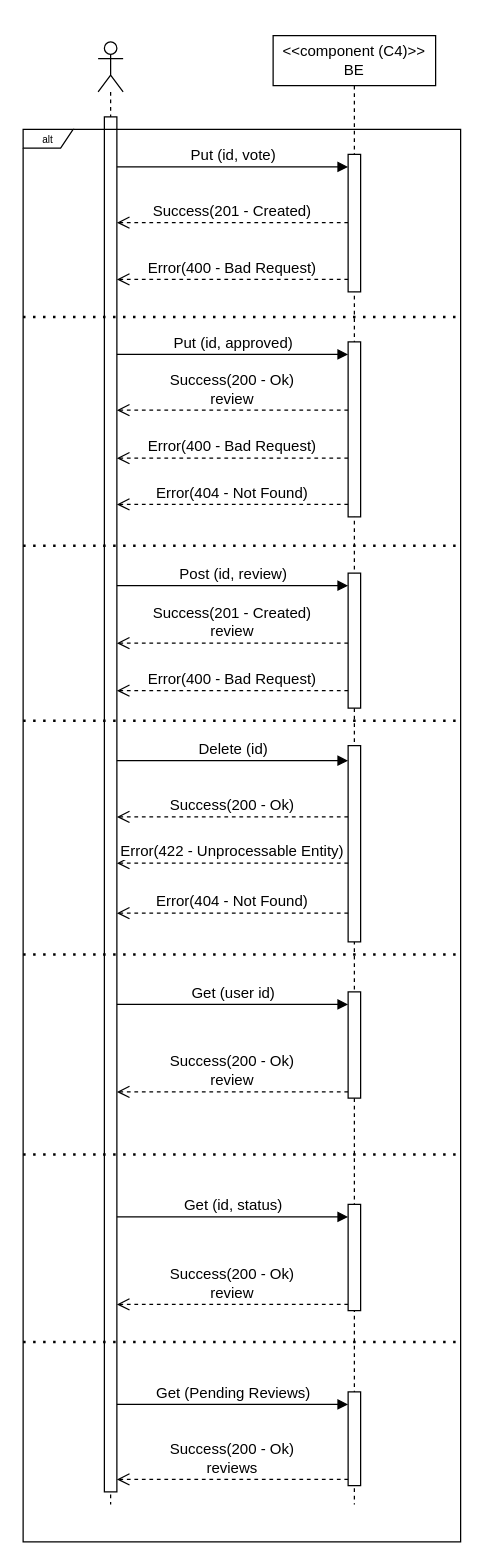
andre34gomes/ARQSOFT keeps this draw.io diagram as page "N2_VP_Review" (5 of 21) of drawio/acme_documentation.drawio. Above is the earlier version. Source tidied: cells renumbered, new cells numbered last; positions are measured from the earlier drawing's top-left corner, leaving out a move shared by most shapes. Both pictures are drawn from the tidied source at 125%, with x=0, y=0 at pixel (22, 35).
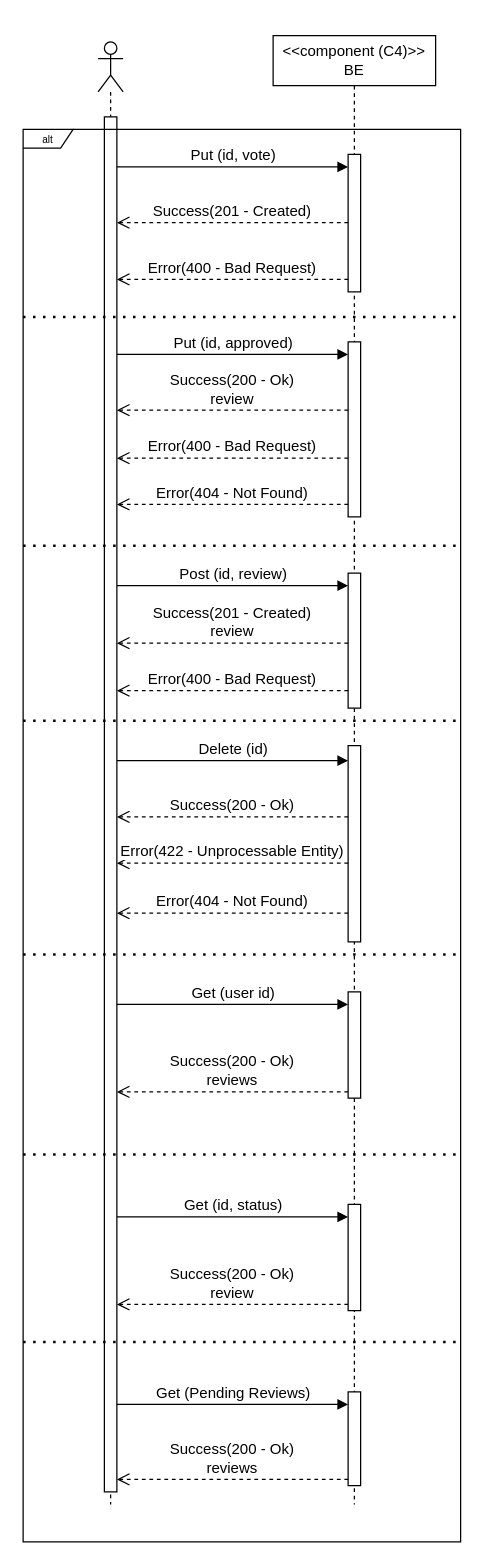
After the change.

Commit message (it also covers changes not shown here):
N3_VP_Get_Reviews - UserID

Unchanged cells that the change refers to:
```xml
<mxCell id="5" value="&amp;lt;&amp;lt;component (C4)&amp;gt;&amp;gt;&lt;br&gt;BE" style="shape=umlLifeline;perimeter=lifelinePerimeter;whiteSpace=wrap;html=1;newEdgeStyle={&quot;edgeStyle&quot;:&quot;elbowEdgeStyle&quot;,&quot;elbow&quot;:&quot;vertical&quot;,&quot;curved&quot;:0,&quot;rounded&quot;:0};strokeColor=default;align=center;verticalAlign=middle;fontFamily=Helvetica;fontSize=12;fontColor=default;fillColor=default;" parent="1" vertex="1">
  <mxGeometry x="200" width="130" height="1175" as="geometry" />
</mxCell>
```

Change to the diagram source:
```diff
@@
-    <mxCell id="7" value="Success(200 - Ok)&lt;br&gt;review" style="html=1;verticalAlign=bottom;endArrow=open;dashed=1;endSize=8;curved=0;rounded=0;fontFamily=Helvetica;fontSize=12;fontColor=default;" parent="5" edge="1">
+    <mxCell id="7" value="Success(200 - Ok)&lt;br&gt;reviews" style="html=1;verticalAlign=bottom;endArrow=open;dashed=1;endSize=8;curved=0;rounded=0;fontFamily=Helvetica;fontSize=12;fontColor=default;" parent="5" edge="1">
       <mxGeometry relative="1" as="geometry">
         <mxPoint x="60" y="845" as="sourcePoint" />
         <mxPoint x="-125" y="845" as="targetPoint" />
       </mxGeometry>
     </mxCell>
```
